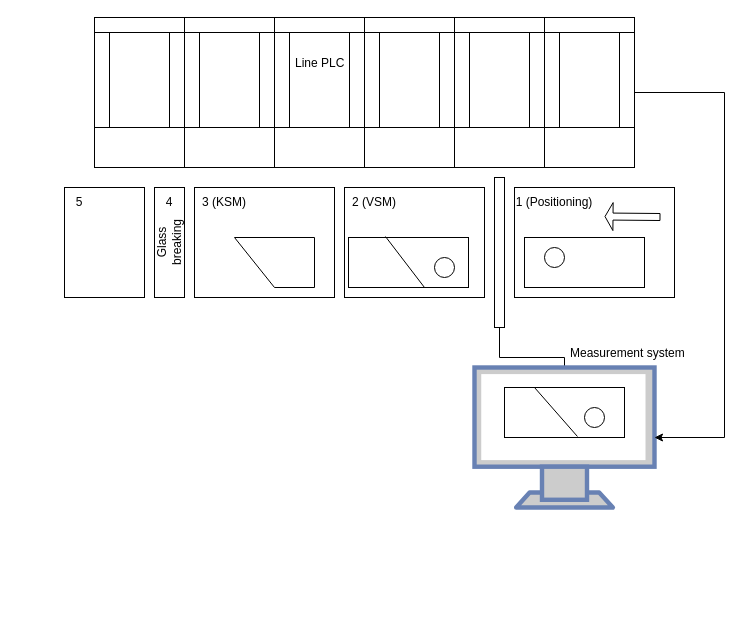
megavad/Diagrams keeps this draw.io diagram as page "common schema" (5 of 6) of Inspection Platform Dataflow.drawio. Above is the earlier version. Source tidied: cells renumbered, new cells numbered last; positions are measured from the earlier drawing's top-left corner, leaving out a move shared by most shapes. Both pictures are drawn from the tidied source at 100%, with x=0, y=0 at pixel (64, 17).
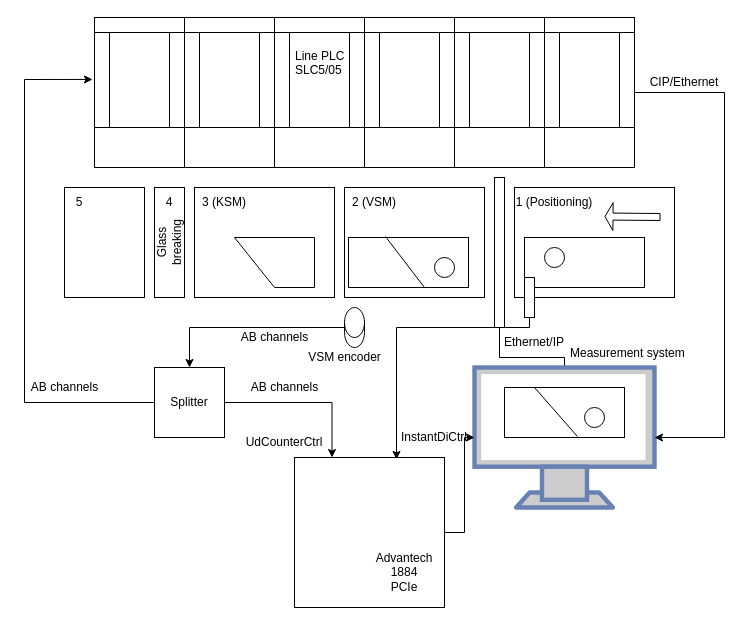
Above is the later version.

Unchanged cells that the change refers to:
```xml
<mxCell id="15" style="fontColor=#0066CC;verticalAlign=top;verticalLabelPosition=bottom;labelPosition=center;align=center;html=1;outlineConnect=0;fillColor=#CCCCCC;strokeColor=#6881B3;gradientColor=none;gradientDirection=north;strokeWidth=2;shape=mxgraph.networks.monitor;" parent="1" vertex="1">
  <mxGeometry x="410" y="350" width="180" height="140" as="geometry" />
</mxCell>
<mxCell id="19" style="verticalLabelPosition=bottom;dashed=0;shadow=0;html=1;align=center;verticalAlign=top;shape=mxgraph.cabinets.cabinet;hasStand=1;" parent="1" vertex="1">
  <mxGeometry x="30" width="90" height="150" as="geometry" />
</mxCell>
```

Change to the diagram source:
```diff
@@
-    <mxCell id="26" value="Line PLC" style="text;strokeColor=none;fillColor=none;align=left;verticalAlign=middle;spacingLeft=4;spacingRight=4;overflow=hidden;" parent="1" vertex="1">
+    <mxCell id="26" value="Line PLC&#10;SLC5/05" style="text;strokeColor=none;fillColor=none;align=left;verticalAlign=middle;spacingLeft=4;spacingRight=4;overflow=hidden;" parent="1" vertex="1">
       <mxGeometry x="225" y="30" width="80" height="30" as="geometry" />
     </mxCell>
@@
+    <mxCell id="35" value="CIP/Ethernet" style="text;html=1;strokeColor=none;fillColor=none;align=center;verticalAlign=middle;whiteSpace=wrap;rounded=0;" parent="1" vertex="1">
+      <mxGeometry x="590" y="50" width="60" height="30" as="geometry" />
+    </mxCell>
+    <mxCell id="36" value="Ethernet/IP" style="text;html=1;strokeColor=none;fillColor=none;align=center;verticalAlign=middle;whiteSpace=wrap;rounded=0;" parent="1" vertex="1">
+      <mxGeometry x="440" y="310" width="60" height="30" as="geometry" />
+    </mxCell>
+    <mxCell id="37" style="edgeStyle=orthogonalEdgeStyle;rounded=0;jettySize=auto;html=1;entryX=0.5;entryY=0;entryDx=0;entryDy=0;" parent="1" edge="1" source="38" target="46">
+      <mxGeometry relative="1" as="geometry" />
+    </mxCell>
+    <mxCell id="38" style="shape=cylinder3;whiteSpace=wrap;html=1;boundedLbl=1;backgroundOutline=1;size=15;" parent="1" vertex="1">
+      <mxGeometry x="280" y="290" width="20" height="40" as="geometry" />
+    </mxCell>
+    <mxCell id="39" style="edgeStyle=orthogonalEdgeStyle;rounded=0;jettySize=auto;html=1;entryX=0.68;entryY=0.013;entryDx=0;entryDy=0;entryPerimeter=0;" parent="1" edge="1" source="40" target="42">
+      <mxGeometry relative="1" as="geometry">
+        <Array as="points">
+          <mxPoint x="465" y="310" />
+          <mxPoint x="332" y="310" />
+        </Array>
+      </mxGeometry>
+    </mxCell>
+    <mxCell id="40" style="rounded=0;whiteSpace=wrap;html=1;" parent="1" vertex="1">
+      <mxGeometry x="460" y="260" width="10" height="40" as="geometry" />
+    </mxCell>
+    <mxCell id="41" style="edgeStyle=orthogonalEdgeStyle;rounded=0;jettySize=auto;html=1;" parent="1" edge="1" source="42" target="15">
+      <mxGeometry relative="1" as="geometry" />
+    </mxCell>
+    <mxCell id="42" style="whiteSpace=wrap;html=1;" parent="1" vertex="1">
+      <mxGeometry x="230" y="440" width="150" height="150" as="geometry" />
+    </mxCell>
+    <mxCell id="43" value="Advantech 1884&lt;br&gt;PCIe" style="text;html=1;strokeColor=none;fillColor=none;align=center;verticalAlign=middle;whiteSpace=wrap;rounded=0;" parent="1" vertex="1">
+      <mxGeometry x="310" y="540" width="60" height="30" as="geometry" />
+    </mxCell>
+    <mxCell id="44" style="edgeStyle=orthogonalEdgeStyle;rounded=0;jettySize=auto;html=1;entryX=-0.022;entryY=0.413;entryDx=0;entryDy=0;entryPerimeter=0;" parent="1" edge="1" source="46" target="19">
+      <mxGeometry relative="1" as="geometry">
+        <Array as="points">
+          <mxPoint x="-40" y="385" />
+          <mxPoint x="-40" y="62" />
+        </Array>
+      </mxGeometry>
+    </mxCell>
+    <mxCell id="45" style="edgeStyle=orthogonalEdgeStyle;rounded=0;jettySize=auto;html=1;entryX=0.25;entryY=0;entryDx=0;entryDy=0;" parent="1" edge="1" source="46" target="42">
+      <mxGeometry relative="1" as="geometry" />
+    </mxCell>
+    <mxCell id="46" value="Splitter" style="whiteSpace=wrap;html=1;" parent="1" vertex="1">
+      <mxGeometry x="90" y="350" width="70" height="70" as="geometry" />
+    </mxCell>
+    <mxCell id="47" value="AB channels" style="text;html=1;align=center;verticalAlign=middle;strokeColor=none;fillColor=none;" parent="1" vertex="1">
+      <mxGeometry x="-40" y="360" width="80" height="20" as="geometry" />
+    </mxCell>
+    <mxCell id="48" value="AB channels" style="text;html=1;align=center;verticalAlign=middle;strokeColor=none;fillColor=none;" parent="1" vertex="1">
+      <mxGeometry x="170" y="310" width="80" height="20" as="geometry" />
+    </mxCell>
+    <mxCell id="49" value="AB channels" style="text;html=1;align=center;verticalAlign=middle;strokeColor=none;fillColor=none;" parent="1" vertex="1">
+      <mxGeometry x="180" y="360" width="80" height="20" as="geometry" />
+    </mxCell>
+    <mxCell id="50" value="VSM encoder" style="text;html=1;align=center;verticalAlign=middle;strokeColor=none;fillColor=none;" parent="1" vertex="1">
+      <mxGeometry x="235" y="330" width="90" height="20" as="geometry" />
+    </mxCell>
+    <mxCell id="51" value="UdCounterCtrl" style="text;html=1;strokeColor=none;fillColor=none;align=center;verticalAlign=middle;whiteSpace=wrap;rounded=0;" parent="1" vertex="1">
+      <mxGeometry x="190" y="410" width="60" height="30" as="geometry" />
+    </mxCell>
+    <mxCell id="52" value="InstantDiCtrl" style="text;html=1;strokeColor=none;fillColor=none;align=center;verticalAlign=middle;whiteSpace=wrap;rounded=0;" parent="1" vertex="1">
+      <mxGeometry x="340" y="405" width="60" height="30" as="geometry" />
+    </mxCell>
```
